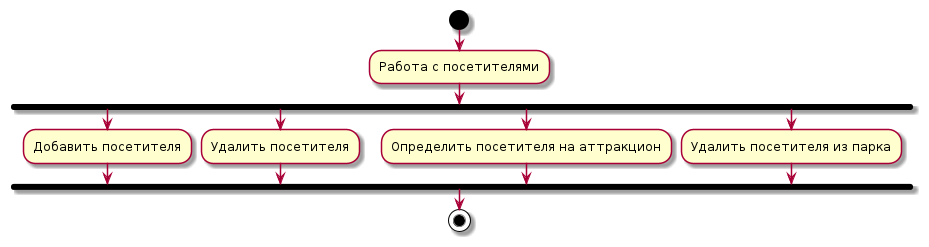
Before: description/images/main-visitor-activity-diagram.png, a diagram exported from PlantUML (mzhirko/amusement-park).
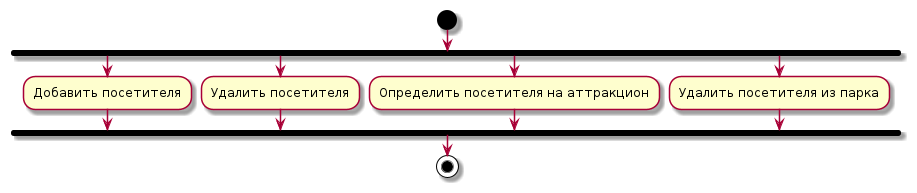
After the change.

Commit message:
correct visitor+attraction activity diagram

Change to the diagram source:
```diff
@@ -1,7 +1,6 @@
 @startuml
 |Игрок|
 start
-:Работа с посетителями;
 fork
 :Добавить посетителя;
 forkagain
```
